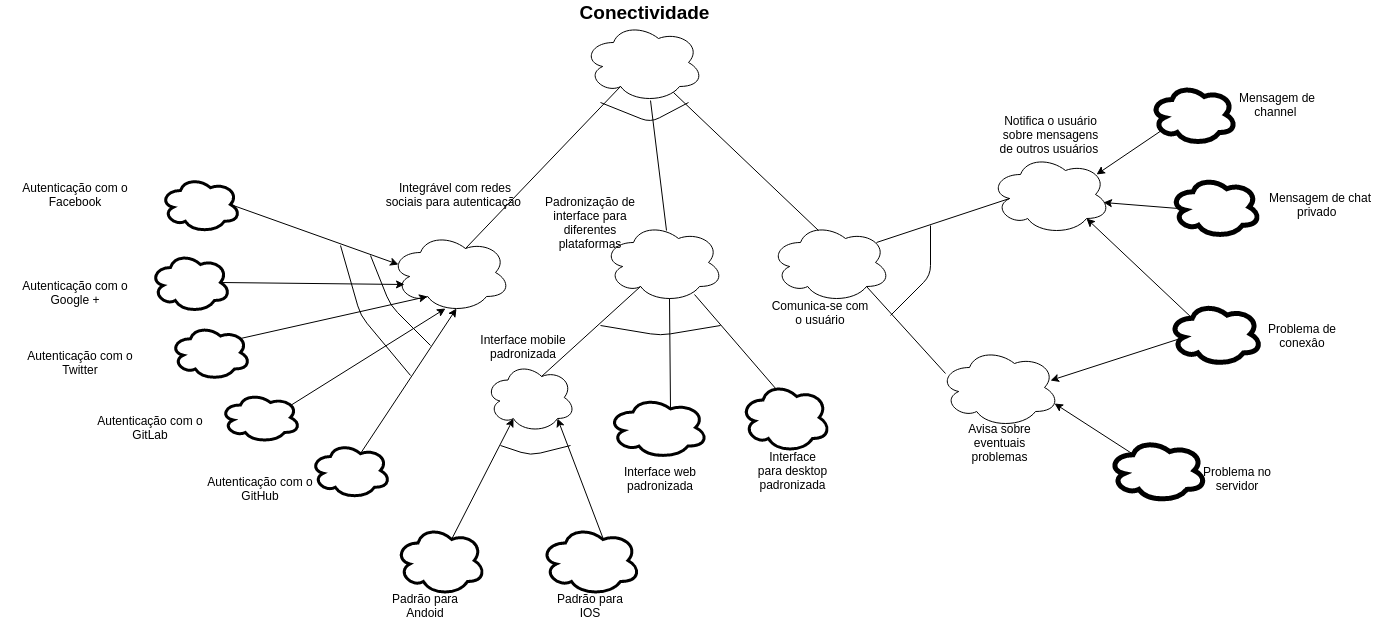
The draw.io diagram docs/img/Modelagem/conectividade.png in MarcosNBJ/2019.1-RocketChat, before a commit. Source tidied: cells renumbered, new cells last; positions are measured from the earlier drawing's top-left corner, leaving out a move shared by most shapes.
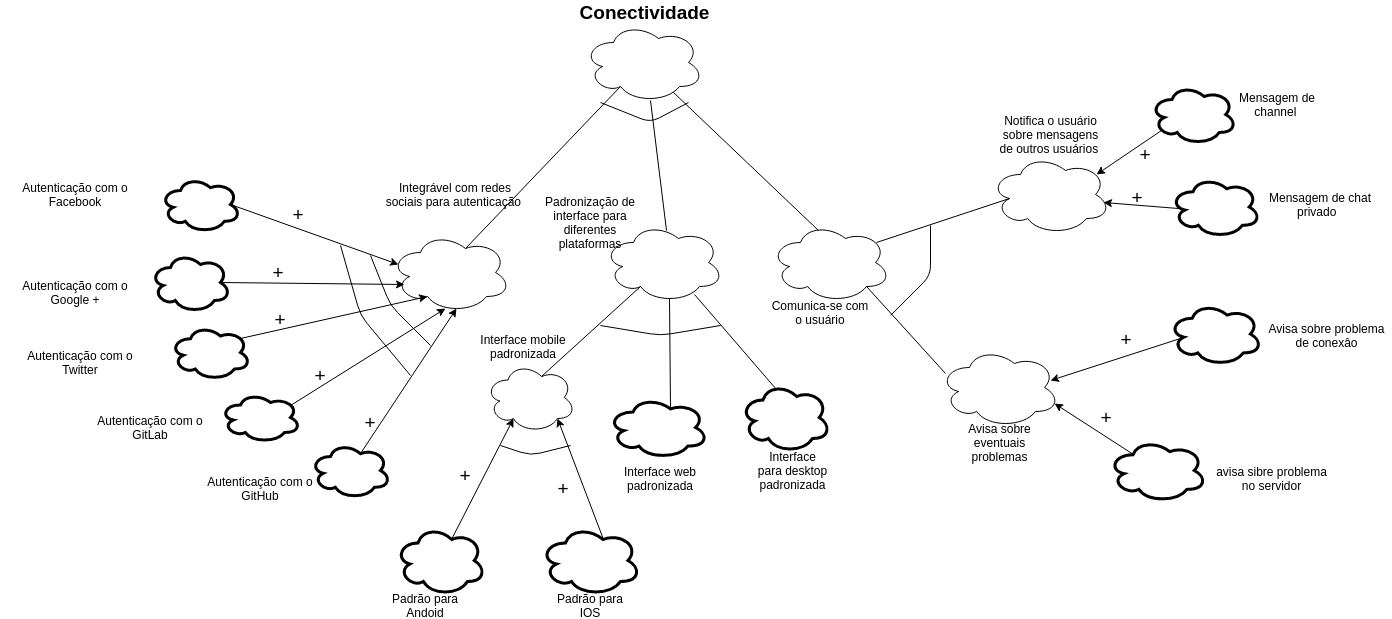
After the change.

Diff of the diagram source:
```diff
@@ -175,10 +175,10 @@
     <mxCell id="50" value="Notifica o usuário sobre mensagens de outros usuários&amp;nbsp;" style="text;html=1;strokeColor=none;fillColor=none;align=center;verticalAlign=middle;whiteSpace=wrap;rounded=0;" parent="1" vertex="1">
       <mxGeometry x="994.5" y="112" width="111" height="40" as="geometry" />
     </mxCell>
-    <mxCell id="51" style="ellipse;shape=cloud;whiteSpace=wrap;html=1;strokeWidth=5;" parent="1" vertex="1">
+    <mxCell id="51" style="ellipse;shape=cloud;whiteSpace=wrap;html=1;strokeWidth=3;" parent="1" vertex="1">
       <mxGeometry x="1150" y="82" width="86" height="60" as="geometry" />
     </mxCell>
-    <mxCell id="52" style="ellipse;shape=cloud;whiteSpace=wrap;html=1;strokeWidth=5;" parent="1" vertex="1">
+    <mxCell id="52" style="ellipse;shape=cloud;whiteSpace=wrap;html=1;strokeWidth=3;" parent="1" vertex="1">
       <mxGeometry x="1170" y="174" width="90" height="61" as="geometry" />
     </mxCell>
     <mxCell id="53" value="Avisa sobre eventuais problemas" style="text;html=1;strokeColor=none;fillColor=none;align=center;verticalAlign=middle;whiteSpace=wrap;rounded=0;" parent="1" vertex="1">
@@ -196,10 +196,10 @@
     <mxCell id="57" value="Mensagem de chat privado&amp;nbsp;&amp;nbsp;" style="text;html=1;strokeColor=none;fillColor=none;align=center;verticalAlign=middle;whiteSpace=wrap;rounded=0;" parent="1" vertex="1">
       <mxGeometry x="1260" y="192" width="120" height="20" as="geometry" />
     </mxCell>
-    <mxCell id="58" style="ellipse;shape=cloud;whiteSpace=wrap;html=1;strokeWidth=5;" parent="1" vertex="1">
+    <mxCell id="58" style="ellipse;shape=cloud;whiteSpace=wrap;html=1;strokeWidth=3;" parent="1" vertex="1">
       <mxGeometry x="1168.5" y="300" width="93" height="63" as="geometry" />
     </mxCell>
-    <mxCell id="59" style="ellipse;shape=cloud;whiteSpace=wrap;html=1;strokeWidth=5;" parent="1" vertex="1">
+    <mxCell id="59" style="ellipse;shape=cloud;whiteSpace=wrap;html=1;strokeWidth=3;" parent="1" vertex="1">
       <mxGeometry x="1108" y="436.5" width="98" height="63" as="geometry" />
     </mxCell>
     <mxCell id="60" style="endArrow=classic;html=1;exitX=0.16;exitY=0.55;exitDx=0;exitDy=0;exitPerimeter=0;entryX=0.921;entryY=0.413;entryDx=0;entryDy=0;entryPerimeter=0;" parent="1" edge="1" source="58" target="48">
@@ -208,11 +208,11 @@
     <mxCell id="61" style="endArrow=classic;html=1;exitX=0.25;exitY=0.25;exitDx=0;exitDy=0;exitPerimeter=0;entryX=0.96;entryY=0.7;entryDx=0;entryDy=0;entryPerimeter=0;" parent="1" edge="1" source="59" target="48">
       <mxGeometry relative="1" as="geometry" />
     </mxCell>
-    <mxCell id="62" value="Problema de conexâo" style="text;html=1;strokeColor=none;fillColor=none;align=center;verticalAlign=middle;whiteSpace=wrap;rounded=0;" parent="1" vertex="1">
-      <mxGeometry x="1261.5" y="322.5" width="80" height="20" as="geometry" />
+    <mxCell id="62" value="Avisa sobre problema de conexâo" style="text;html=1;strokeColor=none;fillColor=none;align=center;verticalAlign=middle;whiteSpace=wrap;rounded=0;" parent="1" vertex="1">
+      <mxGeometry x="1262" y="323" width="129" height="20" as="geometry" />
     </mxCell>
-    <mxCell id="63" value="Problema no servidor" style="text;html=1;strokeColor=none;fillColor=none;align=center;verticalAlign=middle;whiteSpace=wrap;rounded=0;" parent="1" vertex="1">
-      <mxGeometry x="1197" y="465.5" width="80" height="20" as="geometry" />
+    <mxCell id="63" value="avisa sibre problema no servidor" style="text;html=1;strokeColor=none;fillColor=none;align=center;verticalAlign=middle;whiteSpace=wrap;rounded=0;" parent="1" vertex="1">
+      <mxGeometry x="1215" y="466" width="113" height="20" as="geometry" />
     </mxCell>
     <mxCell id="64" style="endArrow=none;html=1;" parent="1" edge="1">
       <mxGeometry relative="1" as="geometry">
@@ -223,9 +223,6 @@
         </Array>
       </mxGeometry>
     </mxCell>
-    <mxCell id="65" style="endArrow=classic;html=1;entryX=0.8;entryY=0.8;entryDx=0;entryDy=0;entryPerimeter=0;exitX=0.25;exitY=0.25;exitDx=0;exitDy=0;exitPerimeter=0;" parent="1" edge="1" source="58" target="47">
-      <mxGeometry relative="1" as="geometry" />
-    </mxCell>
     <mxCell id="66" style="endArrow=none;html=1;entryX=0.8;entryY=0.8;entryDx=0;entryDy=0;entryPerimeter=0;exitX=0.05;exitY=0.325;exitDx=0;exitDy=0;exitPerimeter=0;" parent="1" edge="1" source="48" target="8">
       <mxGeometry relative="1" as="geometry" />
     </mxCell>
@@ -238,5 +235,38 @@
         </Array>
       </mxGeometry>
     </mxCell>
+    <mxCell id="68" value="&lt;font style=&quot;font-size: 19px&quot;&gt;+&lt;/font&gt;" style="text;html=1;strokeColor=none;fillColor=none;align=center;verticalAlign=middle;whiteSpace=wrap;rounded=0;" parent="1" vertex="1">
+      <mxGeometry x="277.5" y="202" width="40" height="20" as="geometry" />
+    </mxCell>
+    <mxCell id="69" value="&lt;font style=&quot;font-size: 19px&quot;&gt;+&lt;/font&gt;" style="text;html=1;strokeColor=none;fillColor=none;align=center;verticalAlign=middle;whiteSpace=wrap;rounded=0;" parent="1" vertex="1">
+      <mxGeometry x="257.5" y="260" width="40" height="20" as="geometry" />
+    </mxCell>
+    <mxCell id="70" value="&lt;font style=&quot;font-size: 19px&quot;&gt;+&lt;/font&gt;" style="text;html=1;strokeColor=none;fillColor=none;align=center;verticalAlign=middle;whiteSpace=wrap;rounded=0;" parent="1" vertex="1">
+      <mxGeometry x="260" y="307" width="40" height="20" as="geometry" />
+    </mxCell>
+    <mxCell id="71" value="&lt;font style=&quot;font-size: 19px&quot;&gt;+&lt;/font&gt;" style="text;html=1;strokeColor=none;fillColor=none;align=center;verticalAlign=middle;whiteSpace=wrap;rounded=0;" parent="1" vertex="1">
+      <mxGeometry x="300" y="363" width="40" height="20" as="geometry" />
+    </mxCell>
+    <mxCell id="72" value="&lt;font style=&quot;font-size: 19px&quot;&gt;+&lt;/font&gt;" style="text;html=1;strokeColor=none;fillColor=none;align=center;verticalAlign=middle;whiteSpace=wrap;rounded=0;" parent="1" vertex="1">
+      <mxGeometry x="350" y="410" width="40" height="20" as="geometry" />
+    </mxCell>
+    <mxCell id="73" value="&lt;font style=&quot;font-size: 19px&quot;&gt;+&lt;/font&gt;" style="text;html=1;strokeColor=none;fillColor=none;align=center;verticalAlign=middle;whiteSpace=wrap;rounded=0;" parent="1" vertex="1">
+      <mxGeometry x="445" y="463" width="40" height="20" as="geometry" />
+    </mxCell>
+    <mxCell id="74" value="&lt;font style=&quot;font-size: 19px&quot;&gt;+&lt;/font&gt;" style="text;html=1;strokeColor=none;fillColor=none;align=center;verticalAlign=middle;whiteSpace=wrap;rounded=0;" parent="1" vertex="1">
+      <mxGeometry x="543" y="476" width="40" height="20" as="geometry" />
+    </mxCell>
+    <mxCell id="75" value="&lt;font style=&quot;font-size: 19px&quot;&gt;+&lt;/font&gt;" style="text;html=1;strokeColor=none;fillColor=none;align=center;verticalAlign=middle;whiteSpace=wrap;rounded=0;" parent="1" vertex="1">
+      <mxGeometry x="1085.5" y="405" width="40" height="20" as="geometry" />
+    </mxCell>
+    <mxCell id="76" value="&lt;font style=&quot;font-size: 19px&quot;&gt;+&lt;/font&gt;" style="text;html=1;strokeColor=none;fillColor=none;align=center;verticalAlign=middle;whiteSpace=wrap;rounded=0;" parent="1" vertex="1">
+      <mxGeometry x="1105.5" y="327" width="40" height="20" as="geometry" />
+    </mxCell>
+    <mxCell id="77" value="&lt;font style=&quot;font-size: 19px&quot;&gt;+&lt;/font&gt;" style="text;html=1;strokeColor=none;fillColor=none;align=center;verticalAlign=middle;whiteSpace=wrap;rounded=0;" parent="1" vertex="1">
+      <mxGeometry x="1117" y="184.5" width="40" height="20" as="geometry" />
+    </mxCell>
+    <mxCell id="78" value="&lt;font style=&quot;font-size: 19px&quot;&gt;+&lt;/font&gt;" style="text;html=1;strokeColor=none;fillColor=none;align=center;verticalAlign=middle;whiteSpace=wrap;rounded=0;" parent="1" vertex="1">
+      <mxGeometry x="1125" y="142" width="40" height="20" as="geometry" />
+    </mxCell>
   </root>
 </mxGraphModel>
```
